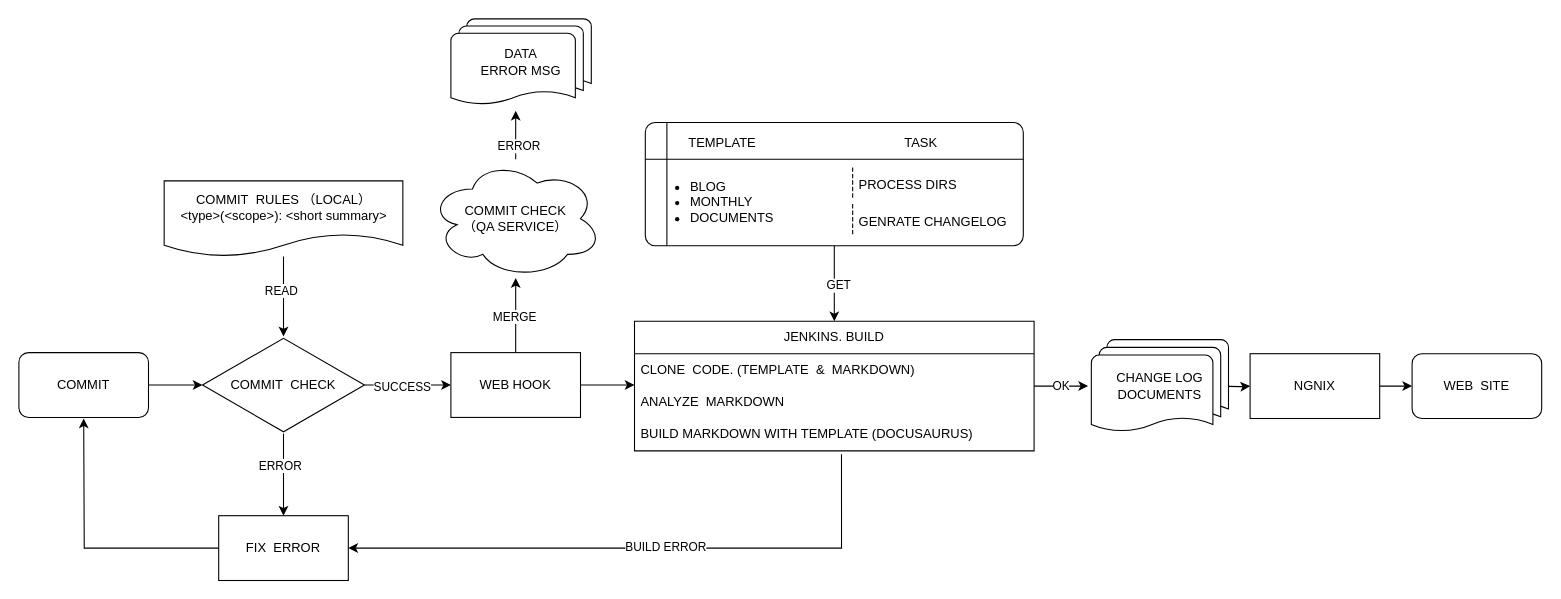
The draw.io diagram page "文档体系" (5 of 6) of 工程化体系建设.drawio in zonewancheng/diagrames, before the edit. Source tidied: cells renumbered, new cells numbered last; positions are measured from the earlier drawing's top-left corner, leaving out a move shared by most shapes. Both pictures are drawn from the tidied source at 108%, with x=0, y=0 at pixel (18, 18).
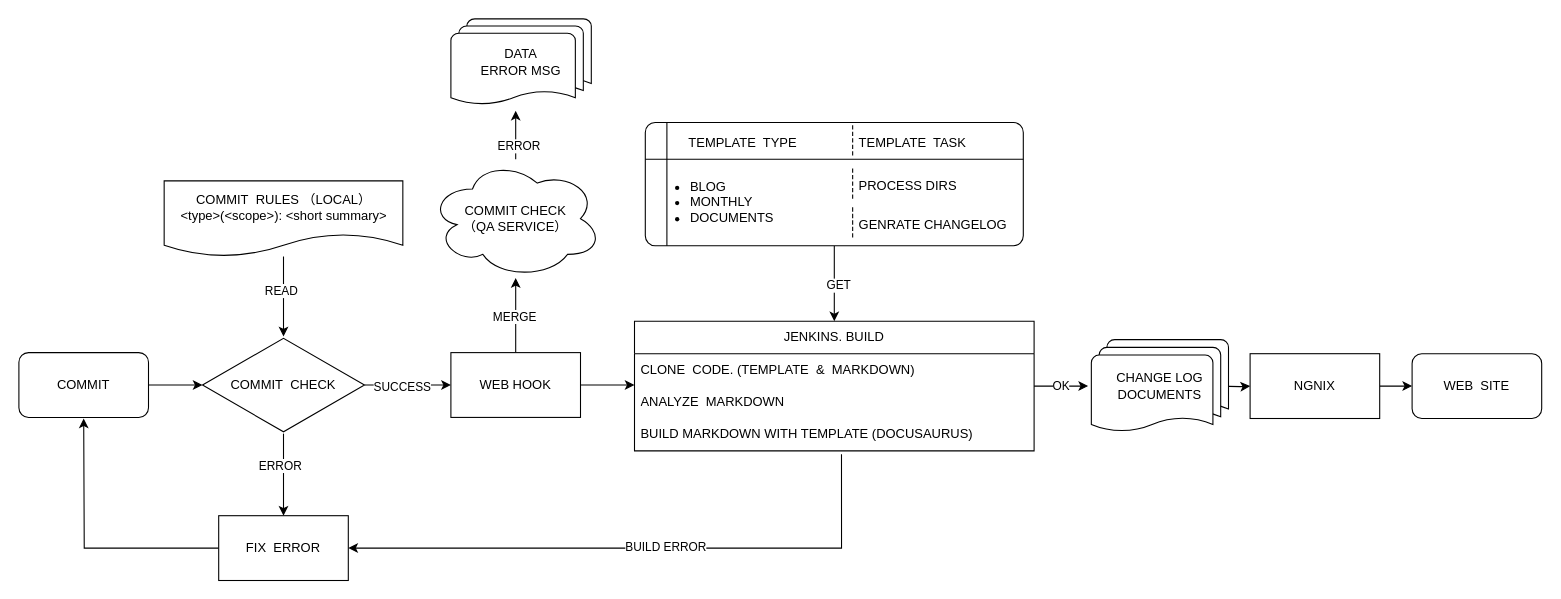
After the change.

Commit message:
更新工程化体系建设.drawio

Change to the diagram source:
```diff
@@
-    <mxCell id="39" value="TEMPLATE" style="text;html=1;align=center;verticalAlign=middle;strokeColor=none;fillColor=none;" parent="1" vertex="1">
-      <mxGeometry x="606" y="100" width="90" height="30" as="geometry" />
+    <mxCell id="39" value="TEMPLATE&amp;nbsp; TYPE" style="text;html=1;align=center;verticalAlign=middle;strokeColor=none;fillColor=none;" parent="1" vertex="1">
+      <mxGeometry x="610" y="100" width="120" height="30" as="geometry" />
     </mxCell>
@@
-    <mxCell id="41" value="TASK" style="text;html=1;align=center;verticalAlign=middle;strokeColor=none;fillColor=none;" parent="1" vertex="1">
-      <mxGeometry x="810" y="100" width="50" height="30" as="geometry" />
-    </mxCell>
     <mxCell id="42" value="PROCESS DIRS" style="shape=partialRectangle;fillColor=none;align=left;verticalAlign=middle;strokeColor=none;spacingLeft=34;" parent="1" vertex="1">
-      <mxGeometry x="742" y="138" width="90" height="30" as="geometry" />
+      <mxGeometry x="742" y="139" width="90" height="30" as="geometry" />
     </mxCell>
@@
     <mxCell id="44" value="GENRATE CHANGELOG" style="shape=partialRectangle;fillColor=none;align=left;verticalAlign=middle;strokeColor=none;spacingLeft=34;" parent="1" vertex="1">
-      <mxGeometry x="742" y="172" width="90" height="30" as="geometry" />
+      <mxGeometry x="742" y="175" width="90" height="30" as="geometry" />
     </mxCell>
@@
+    <mxCell id="46" value="TEMPLATE  TASK" style="shape=partialRectangle;fillColor=none;align=left;verticalAlign=middle;strokeColor=none;spacingLeft=34;" parent="1" vertex="1">
+      <mxGeometry x="742" y="99" width="90" height="30" as="geometry" />
+    </mxCell>
+    <mxCell id="47" style="shape=partialRectangle;top=0;left=0;bottom=0;fillColor=none;stokeWidth=1;dashed=1;align=left;verticalAlign=middle;spacingLeft=4;spacingRight=4;overflow=hidden;" parent="46" vertex="1">
+      <mxGeometry width="30" height="30" as="geometry" />
+    </mxCell>
```
